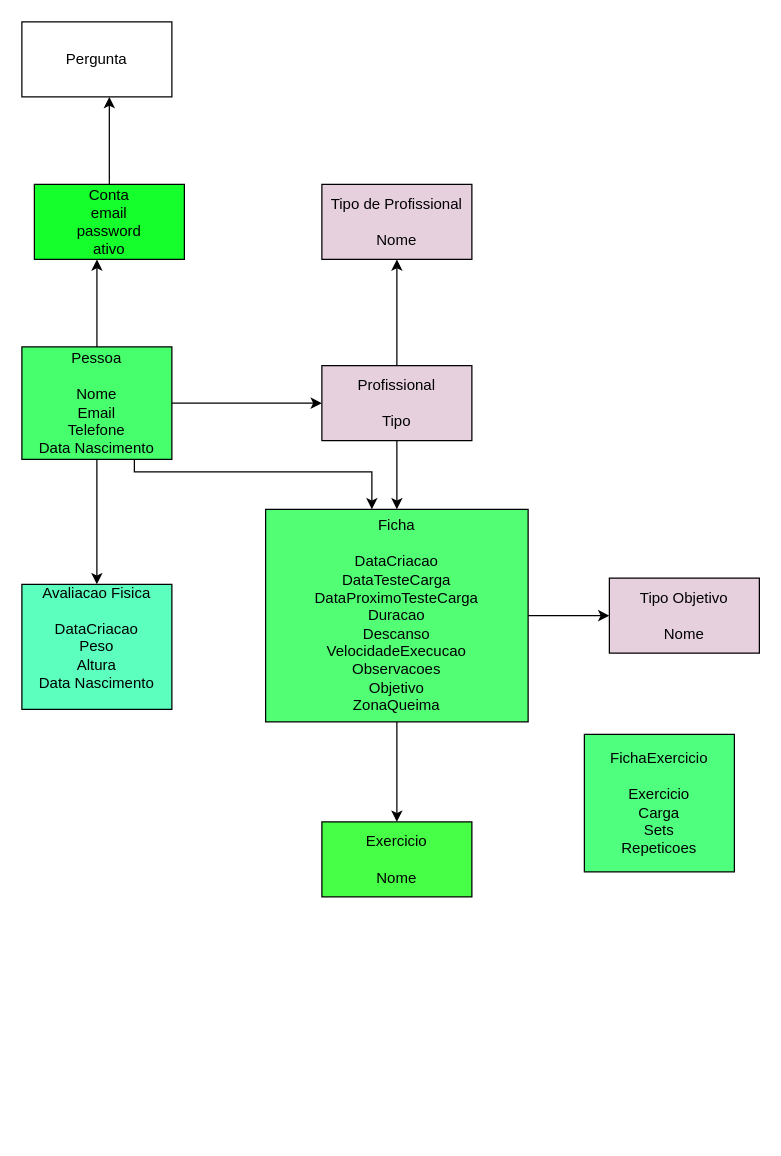
leonardoab/SaudeIntegradaBackend keeps this draw.io diagram as labsaude.drawio. Above is the earlier version. Source tidied: cells renumbered, new cells numbered last; positions are measured from the earlier drawing's top-left corner, leaving out a move shared by most shapes. Both pictures are drawn from the tidied source at 125%, with x=0, y=0 at pixel (21, 21).
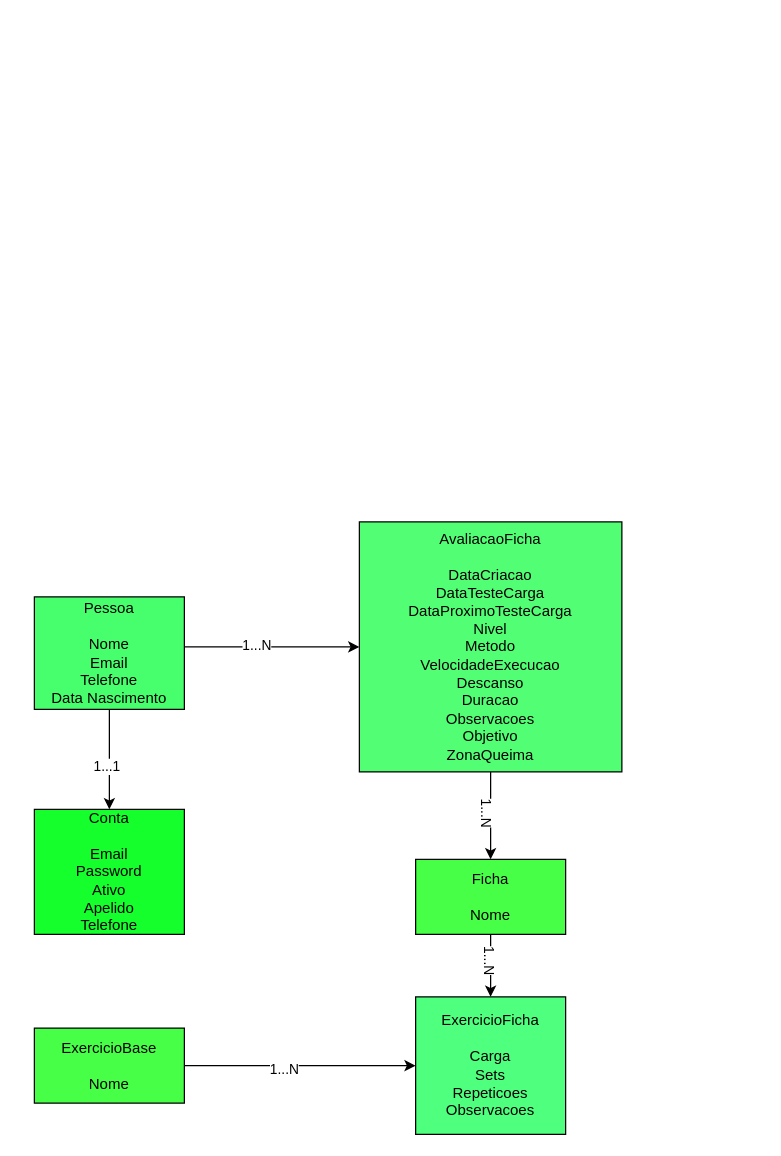
The same diagram, later.

The edit, as a diff of the source:
```diff
@@
-    <mxCell id="2" style="edgeStyle=orthogonalEdgeStyle;rounded=0;jettySize=auto;html=1;entryX=0;entryY=0.5;entryDx=0;entryDy=0;" parent="1" edge="1" source="5" target="8">
-      <mxGeometry relative="1" as="geometry" />
-    </mxCell>
-    <mxCell id="3" style="edgeStyle=orthogonalEdgeStyle;rounded=0;jettySize=auto;html=1;" parent="1" edge="1" source="5" target="13">
-      <mxGeometry relative="1" as="geometry" />
-    </mxCell>
-    <mxCell id="4" style="edgeStyle=orthogonalEdgeStyle;rounded=0;jettySize=auto;html=1;" parent="1" edge="1" source="5" target="11">
+    <mxCell id="4" style="edgeStyle=orthogonalEdgeStyle;rounded=0;jettySize=auto;html=1;exitX=1;exitY=0.5;exitDx=0;exitDy=0;entryX=0;entryY=0.5;entryDx=0;entryDy=0;" parent="1" edge="1" source="5" target="11">
       <mxGeometry relative="1" as="geometry">
         <Array as="points">
-          <mxPoint x="90" y="360" />
-          <mxPoint x="280" y="360" />
+          <mxPoint x="130" y="500" />
         </Array>
       </mxGeometry>
     </mxCell>
+    <mxCell id="21" value="1...N" style="edgeLabel;html=1;align=center;verticalAlign=middle;" parent="4" vertex="1">
+      <mxGeometry x="-0.14" y="2" relative="1" as="geometry" />
+    </mxCell>
     <mxCell id="5" value="Pessoa&lt;br&gt;&lt;br&gt;Nome&lt;br&gt;Email&lt;br&gt;Telefone&lt;br&gt;Data Nascimento" style="rounded=0;whiteSpace=wrap;html=1;fillColor=#47FF6C;" parent="1" vertex="1">
-      <mxGeometry y="260" width="120" height="90" as="geometry" />
+      <mxGeometry x="10" y="460" width="120" height="90" as="geometry" />
     </mxCell>
-    <mxCell id="6" style="edgeStyle=orthogonalEdgeStyle;rounded=0;jettySize=auto;html=1;" parent="1" edge="1" source="8" target="11">
-      <mxGeometry relative="1" as="geometry" />
-    </mxCell>
-    <mxCell id="7" style="edgeStyle=orthogonalEdgeStyle;rounded=0;jettySize=auto;html=1;entryX=0.5;entryY=1;entryDx=0;entryDy=0;" parent="1" edge="1" source="8" target="16">
-      <mxGeometry relative="1" as="geometry" />
-    </mxCell>
-    <mxCell id="8" value="Profissional&lt;br&gt;&lt;br&gt;Tipo" style="rounded=0;whiteSpace=wrap;html=1;fillColor=#E6D0DE;" parent="1" vertex="1">
-      <mxGeometry x="240" y="275" width="120" height="60" as="geometry" />
-    </mxCell>
-    <mxCell id="9" style="edgeStyle=orthogonalEdgeStyle;rounded=0;jettySize=auto;html=1;entryX=0.5;entryY=0;entryDx=0;entryDy=0;" parent="1" edge="1" source="11" target="12">
-      <mxGeometry relative="1" as="geometry" />
-    </mxCell>
-    <mxCell id="10" style="edgeStyle=orthogonalEdgeStyle;rounded=0;jettySize=auto;html=1;" parent="1" edge="1" source="11" target="17">
-      <mxGeometry relative="1" as="geometry" />
-    </mxCell>
+    <mxCell id="22" style="edgeStyle=orthogonalEdgeStyle;rounded=0;jettySize=auto;html=1;" parent="1" edge="1" source="11" target="29">
+      <mxGeometry relative="1" as="geometry" />
+    </mxCell>
+    <mxCell id="23" value="1...N" style="edgeLabel;html=1;align=center;verticalAlign=middle;rotation=90;" parent="22" vertex="1">
+      <mxGeometry x="-0.09" y="-2" relative="1" as="geometry" />
+    </mxCell>
-    <mxCell id="11" value="Ficha&lt;br&gt;&lt;br&gt;DataCriacao&lt;br&gt;DataTesteCarga&lt;br&gt;DataProximoTesteCarga&lt;br&gt;Duracao&lt;br&gt;Descanso&lt;br&gt;VelocidadeExecucao&lt;br&gt;Observacoes&lt;br&gt;Objetivo&lt;br&gt;ZonaQueima" style="rounded=0;whiteSpace=wrap;html=1;fillColor=#52FF74;" parent="1" vertex="1">
-      <mxGeometry x="195" y="390" width="210" height="170" as="geometry" />
+    <mxCell id="11" value="AvaliacaoFicha&lt;br&gt;&lt;br&gt;DataCriacao&lt;br&gt;DataTesteCarga&lt;br&gt;DataProximoTesteCarga&lt;div&gt;Nivel&lt;/div&gt;&lt;div&gt;Metodo&lt;/div&gt;&lt;div&gt;VelocidadeExecucao&lt;/div&gt;&lt;div&gt;Descanso&lt;br&gt;Duracao&lt;br&gt;Observacoes&lt;br&gt;Objetivo&lt;br&gt;ZonaQueima&lt;/div&gt;" style="rounded=0;whiteSpace=wrap;html=1;fillColor=#52FF74;" parent="1" vertex="1">
+      <mxGeometry x="270" y="400" width="210" height="200" as="geometry" />
     </mxCell>
+    <mxCell id="24" style="edgeStyle=orthogonalEdgeStyle;rounded=0;jettySize=auto;html=1;entryX=0;entryY=0.5;entryDx=0;entryDy=0;" parent="1" edge="1" source="12" target="18">
+      <mxGeometry relative="1" as="geometry" />
+    </mxCell>
+    <mxCell id="25" value="1...N" style="edgeLabel;html=1;align=center;verticalAlign=middle;" parent="24" vertex="1">
+      <mxGeometry x="-0.15" y="-2" relative="1" as="geometry" />
+    </mxCell>
-    <mxCell id="12" value="Exercicio&lt;br&gt;&lt;br&gt;Nome" style="rounded=0;whiteSpace=wrap;html=1;fillColor=#47FF47;" parent="1" vertex="1">
-      <mxGeometry x="240" y="640" width="120" height="60" as="geometry" />
+    <mxCell id="12" value="ExercicioBase&lt;br&gt;&lt;br&gt;Nome" style="rounded=0;whiteSpace=wrap;html=1;fillColor=#47FF47;" parent="1" vertex="1">
+      <mxGeometry x="10" y="805" width="120" height="60" as="geometry" />
     </mxCell>
-    <mxCell id="13" value="Avaliacao Fisica&lt;br&gt;&lt;br&gt;DataCriacao&lt;br&gt;Peso&lt;div&gt;Altura&lt;/div&gt;&lt;div&gt;Data Nascimento&lt;/div&gt;&lt;div&gt;&lt;br&gt;&lt;/div&gt;" style="rounded=0;whiteSpace=wrap;html=1;fillColor=#5CFFBE;" parent="1" vertex="1">
-      <mxGeometry y="450" width="120" height="100" as="geometry" />
-    </mxCell>
-    <mxCell id="14" value="Conta&lt;div&gt;email&lt;/div&gt;&lt;div&gt;password&lt;/div&gt;&lt;div&gt;ativo&lt;/div&gt;" style="rounded=0;whiteSpace=wrap;html=1;fillColor=#14FF2C;" parent="1" vertex="1">
-      <mxGeometry x="10" y="130" width="120" height="60" as="geometry" />
+    <mxCell id="14" value="Conta&lt;div&gt;&lt;br&gt;&lt;div&gt;Email&lt;/div&gt;&lt;div&gt;Password&lt;/div&gt;&lt;div&gt;Ativo&lt;/div&gt;&lt;/div&gt;&lt;div&gt;Apelido&lt;/div&gt;&lt;div&gt;Telefone&lt;/div&gt;" style="rounded=0;whiteSpace=wrap;html=1;fillColor=#14FF2C;" parent="1" vertex="1">
+      <mxGeometry x="10" y="630" width="120" height="100" as="geometry" />
     </mxCell>
-    <mxCell id="15" value="Pergunta" style="rounded=0;whiteSpace=wrap;html=1;" parent="1" vertex="1">
-      <mxGeometry width="120" height="60" as="geometry" />
-    </mxCell>
-    <mxCell id="16" value="Tipo de Profissional&lt;br&gt;&lt;br&gt;Nome" style="rounded=0;whiteSpace=wrap;html=1;fillColor=#E6D0DE;" parent="1" vertex="1">
-      <mxGeometry x="240" y="130" width="120" height="60" as="geometry" />
-    </mxCell>
-    <mxCell id="17" value="Tipo Objetivo&lt;br&gt;&lt;br&gt;Nome" style="rounded=0;whiteSpace=wrap;html=1;fillColor=#E6D0DE;" parent="1" vertex="1">
-      <mxGeometry x="470" y="445" width="120" height="60" as="geometry" />
-    </mxCell>
-    <mxCell id="18" value="FichaExercicio&lt;br&gt;&lt;br&gt;Exercicio&lt;br&gt;Carga&lt;br&gt;Sets&lt;br&gt;Repeticoes" style="rounded=0;whiteSpace=wrap;html=1;fillColor=#4FFF7E;" parent="1" vertex="1">
-      <mxGeometry x="450" y="570" width="120" height="110" as="geometry" />
+    <mxCell id="18" value="ExercicioFicha&lt;br&gt;&lt;br&gt;Carga&lt;br&gt;Sets&lt;br&gt;Repeticoes&lt;div&gt;Observacoes&lt;/div&gt;" style="rounded=0;whiteSpace=wrap;html=1;fillColor=#4FFF7E;" parent="1" vertex="1">
+      <mxGeometry x="315" y="780" width="120" height="110" as="geometry" />
     </mxCell>
-    <mxCell id="19" style="edgeStyle=orthogonalEdgeStyle;rounded=0;jettySize=auto;html=1;entryX=0.417;entryY=1;entryDx=0;entryDy=0;entryPerimeter=0;" parent="1" edge="1" source="5" target="14">
+    <mxCell id="19" style="edgeStyle=orthogonalEdgeStyle;rounded=0;jettySize=auto;html=1;entryX=0.5;entryY=0;entryDx=0;entryDy=0;" parent="1" edge="1" source="5" target="14">
       <mxGeometry relative="1" as="geometry" />
     </mxCell>
-    <mxCell id="20" style="edgeStyle=orthogonalEdgeStyle;rounded=0;jettySize=auto;html=1;entryX=0.583;entryY=1;entryDx=0;entryDy=0;entryPerimeter=0;" parent="1" edge="1" source="14" target="15">
-      <mxGeometry relative="1" as="geometry" />
-    </mxCell>
+    <mxCell id="26" value="1...1" style="edgeLabel;html=1;align=center;verticalAlign=middle;" parent="19" vertex="1">
+      <mxGeometry x="0.12" y="-3" relative="1" as="geometry" />
+    </mxCell>
+    <mxCell id="27" style="edgeStyle=orthogonalEdgeStyle;rounded=0;jettySize=auto;html=1;" parent="1" edge="1" source="29" target="18">
+      <mxGeometry relative="1" as="geometry" />
+    </mxCell>
+    <mxCell id="28" value="1...N" style="edgeLabel;html=1;align=center;verticalAlign=middle;rotation=90;" parent="27" vertex="1">
+      <mxGeometry x="-0.48" y="2" relative="1" as="geometry">
+        <mxPoint x="-2" y="7" as="offset" />
+      </mxGeometry>
+    </mxCell>
+    <mxCell id="29" value="Ficha&lt;br&gt;&lt;br&gt;Nome" style="rounded=0;whiteSpace=wrap;html=1;fillColor=#47FF47;" parent="1" vertex="1">
+      <mxGeometry x="315" y="670" width="120" height="60" as="geometry" />
+    </mxCell>
```
